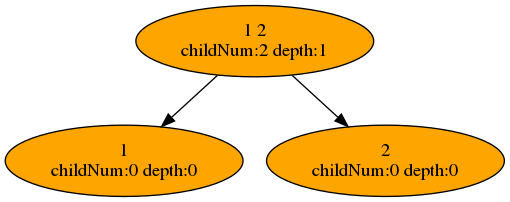
Above: Digraph.gv.png in YoujiaZhang/MerkleTree (Graphviz), before the change. Its source is kept beside it as Digraph.gv. The source it was exported from:
```dot
digraph MerkleTree {
	1636615728.085443 [label="1 2
childNum:2 depth:1" fillcolor="#FFA500" style=filled]
	1636615728.085443 -> 1636615728.0850396
	1636615728.085443 -> 1636615728.085278
	1636615728.0850396 [label="1
childNum:0 depth:0" fillcolor="#FFA500" style=filled]
	1636615728.085278 [label="2
childNum:0 depth:0" fillcolor="#FFA500" style=filled]
}
```
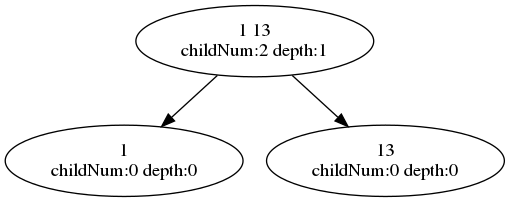
After the change.

Diff of the diagram source:
```diff
@@ -1,10 +1,10 @@
 digraph MerkleTree {
-	1636615728.085443 [label="1 2
-childNum:2 depth:1" fillcolor="#FFA500" style=filled]
-	1636615728.085443 -> 1636615728.0850396
-	1636615728.085443 -> 1636615728.085278
-	1636615728.0850396 [label="1
-childNum:0 depth:0" fillcolor="#FFA500" style=filled]
-	1636615728.085278 [label="2
-childNum:0 depth:0" fillcolor="#FFA500" style=filled]
+	1636621370.1091254 [label="1 13
+childNum:2 depth:1" fillcolor="#FFFFFF" style=filled]
+	1636621370.1091254 -> 1636621370.1084409
+	1636621370.1091254 -> 1636621370.1090055
+	1636621370.1084409 [label="1
+childNum:0 depth:0" fillcolor="#FFFFFF" style=filled]
+	1636621370.1090055 [label="13
+childNum:0 depth:0" fillcolor="#FFFFFF" style=filled]
 }
```
